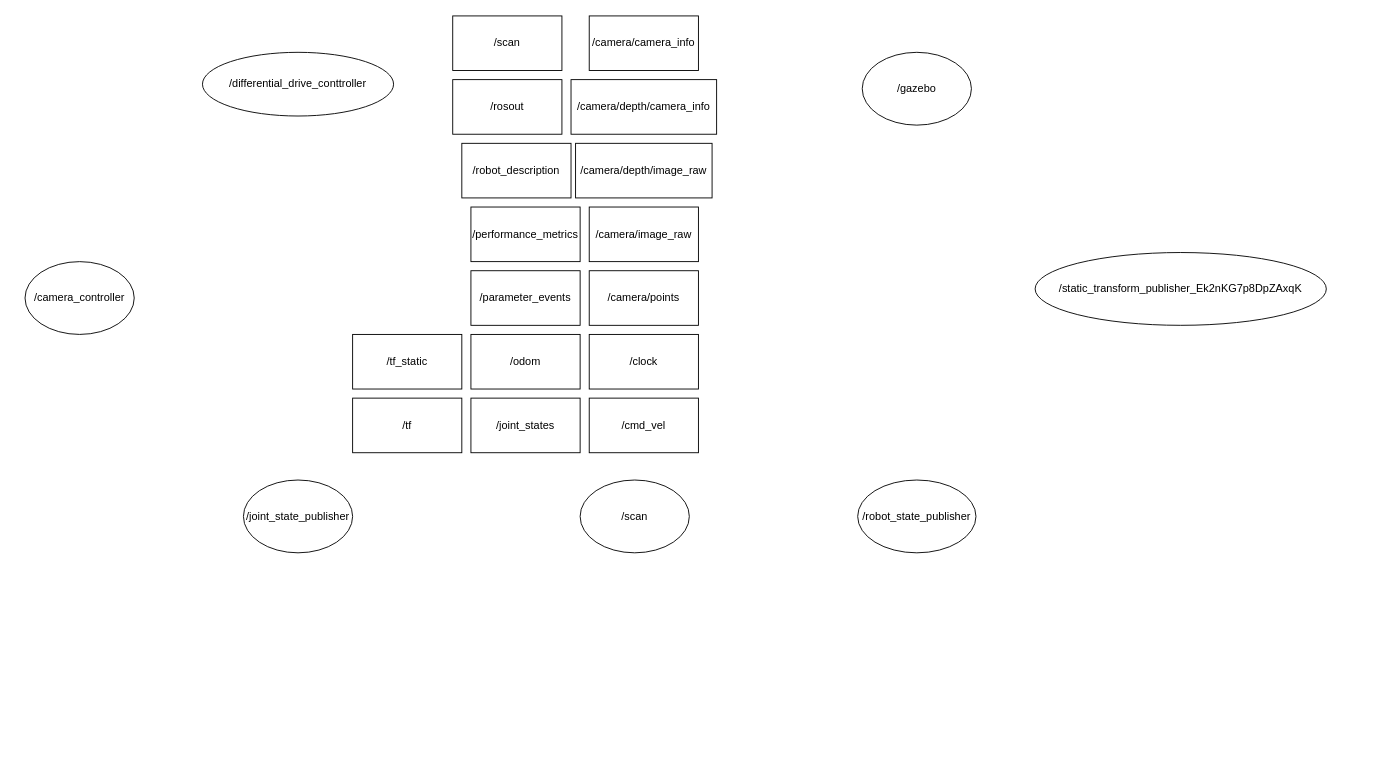
Before: Kobuki.drawio in vjimenez2021/ejerciciogit, a draw.io diagram. Source tidied: cells renumbered, new cells numbered last; positions are measured from the earlier drawing's top-left corner, leaving out a move shared by most shapes. Both pictures are drawn from the tidied source at 91%, with x=0, y=0 at pixel (25, 15).
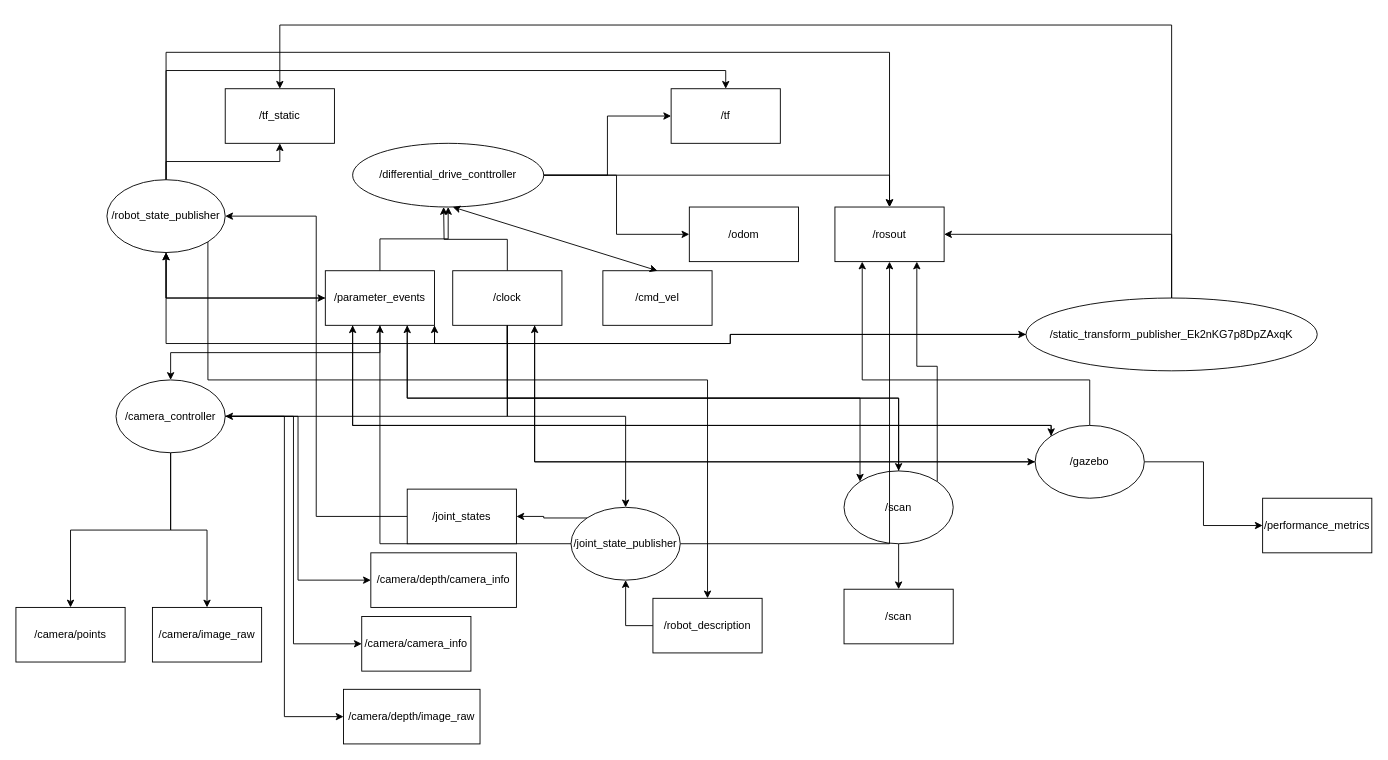
Above is the later version.

Change to the diagram source:
```diff
@@
+    <mxCell id="25" style="edgeStyle=orthogonalEdgeStyle;rounded=0;jettySize=auto;html=1;exitX=0.5;exitY=1;exitDx=0;exitDy=0;entryX=0.5;entryY=0;entryDx=0;entryDy=0;" parent="1" edge="1" source="2" target="12">
+      <mxGeometry relative="1" as="geometry" />
+    </mxCell>
+    <mxCell id="26" style="edgeStyle=orthogonalEdgeStyle;rounded=0;jettySize=auto;html=1;exitX=0.5;exitY=1;exitDx=0;exitDy=0;entryX=0.5;entryY=0;entryDx=0;entryDy=0;" parent="1" edge="1" source="2" target="13">
+      <mxGeometry relative="1" as="geometry" />
+    </mxCell>
+    <mxCell id="27" style="edgeStyle=orthogonalEdgeStyle;rounded=0;jettySize=auto;html=1;exitX=1;exitY=0.5;exitDx=0;exitDy=0;entryX=0;entryY=0.5;entryDx=0;entryDy=0;" parent="1" edge="1" source="2" target="11">
+      <mxGeometry relative="1" as="geometry" />
+    </mxCell>
+    <mxCell id="28" style="edgeStyle=orthogonalEdgeStyle;rounded=0;jettySize=auto;html=1;exitX=1;exitY=0.5;exitDx=0;exitDy=0;entryX=0;entryY=0.5;entryDx=0;entryDy=0;" parent="1" edge="1" source="2" target="9">
+      <mxGeometry relative="1" as="geometry" />
+    </mxCell>
+    <mxCell id="29" style="edgeStyle=orthogonalEdgeStyle;rounded=0;jettySize=auto;html=1;exitX=1;exitY=0.5;exitDx=0;exitDy=0;entryX=0;entryY=0.5;entryDx=0;entryDy=0;" parent="1" edge="1" source="2" target="10">
+      <mxGeometry relative="1" as="geometry" />
+    </mxCell>
     <mxCell id="2" value="/camera_controller" style="ellipse;whiteSpace=wrap;html=1;" parent="1" vertex="1">
-      <mxGeometry y="270" width="120" height="80" as="geometry" />
+      <mxGeometry x="100" y="400" width="120" height="80" as="geometry" />
     </mxCell>
+    <mxCell id="30" style="edgeStyle=orthogonalEdgeStyle;rounded=0;jettySize=auto;html=1;exitX=1;exitY=0.5;exitDx=0;exitDy=0;" parent="1" edge="1" source="3" target="19">
+      <mxGeometry relative="1" as="geometry" />
+    </mxCell>
+    <mxCell id="31" style="edgeStyle=orthogonalEdgeStyle;rounded=0;jettySize=auto;html=1;exitX=0;exitY=0.5;exitDx=0;exitDy=0;entryX=0.75;entryY=1;entryDx=0;entryDy=0;" parent="1" edge="1" source="3" target="14">
+      <mxGeometry relative="1" as="geometry" />
+    </mxCell>
+    <mxCell id="32" style="edgeStyle=orthogonalEdgeStyle;rounded=0;jettySize=auto;html=1;exitX=0;exitY=0;exitDx=0;exitDy=0;entryX=0.25;entryY=1;entryDx=0;entryDy=0;" parent="1" edge="1" source="3" target="18">
+      <mxGeometry relative="1" as="geometry">
+        <Array as="points">
+          <mxPoint x="1128" y="450" />
+          <mxPoint x="360" y="450" />
+        </Array>
+      </mxGeometry>
+    </mxCell>
+    <mxCell id="33" style="edgeStyle=orthogonalEdgeStyle;rounded=0;jettySize=auto;html=1;exitX=0.5;exitY=0;exitDx=0;exitDy=0;entryX=0.25;entryY=1;entryDx=0;entryDy=0;" parent="1" edge="1" source="3" target="21">
+      <mxGeometry relative="1" as="geometry">
+        <Array as="points">
+          <mxPoint x="1170" y="400" />
+          <mxPoint x="920" y="400" />
+        </Array>
+      </mxGeometry>
+    </mxCell>
     <mxCell id="3" value="/gazebo" style="ellipse;whiteSpace=wrap;html=1;" parent="1" vertex="1">
-      <mxGeometry x="920" y="40" width="120" height="80" as="geometry" />
+      <mxGeometry x="1110" y="450" width="120" height="80" as="geometry" />
     </mxCell>
+    <mxCell id="34" style="edgeStyle=orthogonalEdgeStyle;rounded=0;jettySize=auto;html=1;exitX=0.5;exitY=1;exitDx=0;exitDy=0;entryX=0.5;entryY=0;entryDx=0;entryDy=0;" parent="1" edge="1" source="4" target="22">
+      <mxGeometry relative="1" as="geometry" />
+    </mxCell>
+    <mxCell id="35" style="edgeStyle=orthogonalEdgeStyle;rounded=0;jettySize=auto;html=1;exitX=1;exitY=0;exitDx=0;exitDy=0;entryX=0.75;entryY=1;entryDx=0;entryDy=0;" parent="1" edge="1" source="4" target="21">
+      <mxGeometry relative="1" as="geometry" />
+    </mxCell>
+    <mxCell id="36" style="edgeStyle=orthogonalEdgeStyle;rounded=0;jettySize=auto;html=1;exitX=0.5;exitY=0;exitDx=0;exitDy=0;entryX=0.75;entryY=1;entryDx=0;entryDy=0;" parent="1" edge="1" source="4" target="18">
+      <mxGeometry relative="1" as="geometry" />
+    </mxCell>
     <mxCell id="4" value="/scan" style="ellipse;whiteSpace=wrap;html=1;" parent="1" vertex="1">
-      <mxGeometry x="610" y="510" width="120" height="80" as="geometry" />
+      <mxGeometry x="900" y="500" width="120" height="80" as="geometry" />
     </mxCell>
+    <mxCell id="37" style="edgeStyle=orthogonalEdgeStyle;rounded=0;jettySize=auto;html=1;exitX=0.5;exitY=1;exitDx=0;exitDy=0;entryX=0;entryY=0.5;entryDx=0;entryDy=0;" parent="1" edge="1" source="5" target="18">
+      <mxGeometry relative="1" as="geometry" />
+    </mxCell>
+    <mxCell id="38" style="edgeStyle=orthogonalEdgeStyle;rounded=0;jettySize=auto;html=1;exitX=1;exitY=1;exitDx=0;exitDy=0;entryX=0.5;entryY=0;entryDx=0;entryDy=0;" parent="1" edge="1" source="5" target="20">
+      <mxGeometry relative="1" as="geometry">
+        <Array as="points">
+          <mxPoint x="201" y="400" />
+          <mxPoint x="750" y="400" />
+        </Array>
+      </mxGeometry>
+    </mxCell>
+    <mxCell id="39" style="edgeStyle=orthogonalEdgeStyle;rounded=0;jettySize=auto;html=1;exitX=0.5;exitY=0;exitDx=0;exitDy=0;entryX=0.5;entryY=0;entryDx=0;entryDy=0;" parent="1" edge="1" source="5" target="21">
+      <mxGeometry relative="1" as="geometry">
+        <Array as="points">
+          <mxPoint x="155" y="40" />
+          <mxPoint x="950" y="40" />
+        </Array>
+      </mxGeometry>
+    </mxCell>
+    <mxCell id="40" style="edgeStyle=orthogonalEdgeStyle;rounded=0;jettySize=auto;html=1;exitX=0.5;exitY=0;exitDx=0;exitDy=0;entryX=0.5;entryY=0;entryDx=0;entryDy=0;" parent="1" edge="1" source="5" target="23">
+      <mxGeometry relative="1" as="geometry" />
+    </mxCell>
+    <mxCell id="41" style="edgeStyle=orthogonalEdgeStyle;rounded=0;jettySize=auto;html=1;exitX=0.5;exitY=0;exitDx=0;exitDy=0;entryX=0.5;entryY=1;entryDx=0;entryDy=0;" parent="1" edge="1" source="5" target="24">
+      <mxGeometry relative="1" as="geometry" />
+    </mxCell>
     <mxCell id="5" value="/robot_state_publisher" style="ellipse;whiteSpace=wrap;html=1;" parent="1" vertex="1">
-      <mxGeometry x="915" y="510" width="130" height="80" as="geometry" />
+      <mxGeometry x="90" y="180" width="130" height="80" as="geometry" />
     </mxCell>
+    <mxCell id="42" style="edgeStyle=orthogonalEdgeStyle;rounded=0;jettySize=auto;html=1;exitX=1;exitY=0.5;exitDx=0;exitDy=0;entryX=0;entryY=0.5;entryDx=0;entryDy=0;" parent="1" edge="1" source="6" target="17">
+      <mxGeometry relative="1" as="geometry" />
+    </mxCell>
+    <mxCell id="43" style="edgeStyle=orthogonalEdgeStyle;rounded=0;jettySize=auto;html=1;exitX=1;exitY=0.5;exitDx=0;exitDy=0;entryX=0.5;entryY=0;entryDx=0;entryDy=0;" parent="1" edge="1" source="6" target="21">
+      <mxGeometry relative="1" as="geometry" />
+    </mxCell>
+    <mxCell id="44" style="edgeStyle=orthogonalEdgeStyle;rounded=0;jettySize=auto;html=1;exitX=1;exitY=0.5;exitDx=0;exitDy=0;entryX=0;entryY=0.5;entryDx=0;entryDy=0;" parent="1" edge="1" source="6" target="23">
+      <mxGeometry relative="1" as="geometry" />
+    </mxCell>
     <mxCell id="6" value="/differential_drive_conttroller" style="ellipse;whiteSpace=wrap;html=1;" parent="1" vertex="1">
-      <mxGeometry x="195" y="40" width="210" height="70" as="geometry" />
+      <mxGeometry x="360" y="140" width="210" height="70" as="geometry" />
     </mxCell>
+    <mxCell id="45" style="edgeStyle=orthogonalEdgeStyle;rounded=0;jettySize=auto;html=1;exitX=0;exitY=0.5;exitDx=0;exitDy=0;entryX=0.5;entryY=1;entryDx=0;entryDy=0;" parent="1" edge="1" source="7" target="18">
+      <mxGeometry relative="1" as="geometry" />
+    </mxCell>
+    <mxCell id="46" style="edgeStyle=orthogonalEdgeStyle;rounded=0;jettySize=auto;html=1;exitX=1;exitY=0.5;exitDx=0;exitDy=0;entryX=0.5;entryY=1;entryDx=0;entryDy=0;" parent="1" edge="1" source="7" target="21">
+      <mxGeometry relative="1" as="geometry" />
+    </mxCell>
+    <mxCell id="47" style="edgeStyle=orthogonalEdgeStyle;rounded=0;jettySize=auto;html=1;exitX=0;exitY=0;exitDx=0;exitDy=0;entryX=1;entryY=0.5;entryDx=0;entryDy=0;" parent="1" edge="1" source="7" target="16">
+      <mxGeometry relative="1" as="geometry" />
+    </mxCell>
     <mxCell id="7" value="/joint_state_publisher" style="ellipse;whiteSpace=wrap;html=1;" parent="1" vertex="1">
-      <mxGeometry x="240" y="510" width="120" height="80" as="geometry" />
+      <mxGeometry x="600" y="540" width="120" height="80" as="geometry" />
     </mxCell>
+    <mxCell id="48" style="edgeStyle=orthogonalEdgeStyle;rounded=0;jettySize=auto;html=1;exitX=0;exitY=0.5;exitDx=0;exitDy=0;entryX=1;entryY=1;entryDx=0;entryDy=0;" parent="1" edge="1" source="8" target="18">
+      <mxGeometry relative="1" as="geometry" />
+    </mxCell>
+    <mxCell id="49" style="edgeStyle=orthogonalEdgeStyle;rounded=0;jettySize=auto;html=1;exitX=0.5;exitY=0;exitDx=0;exitDy=0;entryX=1;entryY=0.5;entryDx=0;entryDy=0;" parent="1" edge="1" source="8" target="21">
+      <mxGeometry relative="1" as="geometry" />
+    </mxCell>
+    <mxCell id="50" style="edgeStyle=orthogonalEdgeStyle;rounded=0;jettySize=auto;html=1;exitX=0.5;exitY=0;exitDx=0;exitDy=0;entryX=0.5;entryY=0;entryDx=0;entryDy=0;" parent="1" edge="1" source="8" target="24">
+      <mxGeometry relative="1" as="geometry">
+        <Array as="points">
+          <mxPoint x="1260" y="10" />
+          <mxPoint x="280" y="10" />
+        </Array>
+      </mxGeometry>
+    </mxCell>
     <mxCell id="8" value="/static_transform_publisher_Ek2nKG7p8DpZAxqK" style="ellipse;whiteSpace=wrap;html=1;" parent="1" vertex="1">
-      <mxGeometry x="1110" y="260" width="320" height="80" as="geometry" />
+      <mxGeometry x="1100" y="310" width="320" height="80" as="geometry" />
     </mxCell>
     <mxCell id="9" value="/camera/camera_info" style="rounded=0;whiteSpace=wrap;html=1;" parent="1" vertex="1">
-      <mxGeometry x="620" width="120" height="60" as="geometry" />
+      <mxGeometry x="370" y="660" width="120" height="60" as="geometry" />
     </mxCell>
     <mxCell id="10" value="/camera/depth/camera_info" style="rounded=0;whiteSpace=wrap;html=1;" parent="1" vertex="1">
-      <mxGeometry x="600" y="70" width="160" height="60" as="geometry" />
+      <mxGeometry x="380" y="590" width="160" height="60" as="geometry" />
     </mxCell>
     <mxCell id="11" value="/camera/depth/image_raw" style="rounded=0;whiteSpace=wrap;html=1;" parent="1" vertex="1">
-      <mxGeometry x="605" y="140" width="150" height="60" as="geometry" />
+      <mxGeometry x="350" y="740" width="150" height="60" as="geometry" />
     </mxCell>
     <mxCell id="12" value="/camera/image_raw" style="rounded=0;whiteSpace=wrap;html=1;" parent="1" vertex="1">
-      <mxGeometry x="620" y="210" width="120" height="60" as="geometry" />
+      <mxGeometry x="140" y="650" width="120" height="60" as="geometry" />
     </mxCell>
     <mxCell id="13" value="/camera/points" style="rounded=0;whiteSpace=wrap;html=1;" parent="1" vertex="1">
-      <mxGeometry x="620" y="280" width="120" height="60" as="geometry" />
+      <mxGeometry x="-10" y="650" width="120" height="60" as="geometry" />
     </mxCell>
+    <mxCell id="51" style="edgeStyle=orthogonalEdgeStyle;rounded=0;jettySize=auto;html=1;exitX=0.5;exitY=1;exitDx=0;exitDy=0;" parent="1" edge="1" source="14" target="7">
+      <mxGeometry relative="1" as="geometry" />
+    </mxCell>
+    <mxCell id="52" style="edgeStyle=orthogonalEdgeStyle;rounded=0;jettySize=auto;html=1;exitX=0.5;exitY=1;exitDx=0;exitDy=0;entryX=1;entryY=0.5;entryDx=0;entryDy=0;" parent="1" edge="1" source="14" target="2">
+      <mxGeometry relative="1" as="geometry" />
+    </mxCell>
+    <mxCell id="53" style="edgeStyle=orthogonalEdgeStyle;rounded=0;jettySize=auto;html=1;exitX=0.5;exitY=0;exitDx=0;exitDy=0;" parent="1" edge="1" source="14">
+      <mxGeometry relative="1" as="geometry">
+        <mxPoint x="460" y="210" as="targetPoint" />
+      </mxGeometry>
+    </mxCell>
+    <mxCell id="54" style="edgeStyle=orthogonalEdgeStyle;rounded=0;jettySize=auto;html=1;exitX=0.5;exitY=1;exitDx=0;exitDy=0;" parent="1" edge="1" source="14" target="5">
+      <mxGeometry relative="1" as="geometry" />
+    </mxCell>
+    <mxCell id="55" style="edgeStyle=orthogonalEdgeStyle;rounded=0;jettySize=auto;html=1;exitX=0.75;exitY=1;exitDx=0;exitDy=0;entryX=0;entryY=0.5;entryDx=0;entryDy=0;" parent="1" edge="1" source="14" target="3">
+      <mxGeometry relative="1" as="geometry" />
+    </mxCell>
     <mxCell id="14" value="/clock" style="rounded=0;whiteSpace=wrap;html=1;" parent="1" vertex="1">
-      <mxGeometry x="620" y="350" width="120" height="60" as="geometry" />
+      <mxGeometry x="470" y="280" width="120" height="60" as="geometry" />
     </mxCell>
     <mxCell id="15" value="/cmd_vel" style="rounded=0;whiteSpace=wrap;html=1;" parent="1" vertex="1">
-      <mxGeometry x="620" y="420" width="120" height="60" as="geometry" />
+      <mxGeometry x="635" y="280" width="120" height="60" as="geometry" />
     </mxCell>
+    <mxCell id="56" style="edgeStyle=orthogonalEdgeStyle;rounded=0;jettySize=auto;html=1;exitX=0;exitY=0.5;exitDx=0;exitDy=0;entryX=1;entryY=0.5;entryDx=0;entryDy=0;" parent="1" edge="1" source="16" target="5">
+      <mxGeometry relative="1" as="geometry" />
+    </mxCell>
     <mxCell id="16" value="/joint_states" style="rounded=0;whiteSpace=wrap;html=1;" parent="1" vertex="1">
-      <mxGeometry x="490" y="420" width="120" height="60" as="geometry" />
+      <mxGeometry x="420" y="520" width="120" height="60" as="geometry" />
     </mxCell>
     <mxCell id="17" value="/odom" style="rounded=0;whiteSpace=wrap;html=1;" parent="1" vertex="1">
-      <mxGeometry x="490" y="350" width="120" height="60" as="geometry" />
+      <mxGeometry x="730" y="210" width="120" height="60" as="geometry" />
     </mxCell>
+    <mxCell id="57" style="edgeStyle=orthogonalEdgeStyle;rounded=0;jettySize=auto;html=1;exitX=0.5;exitY=0;exitDx=0;exitDy=0;" parent="1" edge="1" source="18" target="6">
+      <mxGeometry relative="1" as="geometry" />
+    </mxCell>
+    <mxCell id="58" style="edgeStyle=orthogonalEdgeStyle;rounded=0;jettySize=auto;html=1;exitX=0.5;exitY=1;exitDx=0;exitDy=0;entryX=0.5;entryY=0;entryDx=0;entryDy=0;" parent="1" edge="1" source="18" target="2">
+      <mxGeometry relative="1" as="geometry" />
+    </mxCell>
+    <mxCell id="59" style="edgeStyle=orthogonalEdgeStyle;rounded=0;jettySize=auto;html=1;exitX=0;exitY=0.5;exitDx=0;exitDy=0;" parent="1" edge="1" source="18" target="5">
+      <mxGeometry relative="1" as="geometry" />
+    </mxCell>
+    <mxCell id="60" style="edgeStyle=orthogonalEdgeStyle;rounded=0;jettySize=auto;html=1;exitX=0.75;exitY=1;exitDx=0;exitDy=0;" parent="1" edge="1" source="18" target="4">
+      <mxGeometry relative="1" as="geometry" />
+    </mxCell>
+    <mxCell id="61" style="edgeStyle=orthogonalEdgeStyle;rounded=0;jettySize=auto;html=1;exitX=1;exitY=1;exitDx=0;exitDy=0;entryX=0;entryY=0.5;entryDx=0;entryDy=0;" parent="1" edge="1" source="18" target="8">
+      <mxGeometry relative="1" as="geometry" />
+    </mxCell>
+    <mxCell id="62" style="edgeStyle=orthogonalEdgeStyle;rounded=0;jettySize=auto;html=1;exitX=0.25;exitY=1;exitDx=0;exitDy=0;entryX=0;entryY=0;entryDx=0;entryDy=0;" parent="1" edge="1" source="18" target="3">
+      <mxGeometry relative="1" as="geometry">
+        <Array as="points">
+          <mxPoint x="360" y="450" />
+          <mxPoint x="1128" y="450" />
+        </Array>
+      </mxGeometry>
+    </mxCell>
     <mxCell id="18" value="/parameter_events" style="rounded=0;whiteSpace=wrap;html=1;" parent="1" vertex="1">
-      <mxGeometry x="490" y="280" width="120" height="60" as="geometry" />
+      <mxGeometry x="330" y="280" width="120" height="60" as="geometry" />
     </mxCell>
     <mxCell id="19" value="/performance_metrics" style="rounded=0;whiteSpace=wrap;html=1;" parent="1" vertex="1">
-      <mxGeometry x="490" y="210" width="120" height="60" as="geometry" />
+      <mxGeometry x="1360" y="530" width="120" height="60" as="geometry" />
     </mxCell>
+    <mxCell id="63" style="edgeStyle=orthogonalEdgeStyle;rounded=0;jettySize=auto;html=1;exitX=0;exitY=0.5;exitDx=0;exitDy=0;" parent="1" edge="1" source="20" target="7">
+      <mxGeometry relative="1" as="geometry" />
+    </mxCell>
     <mxCell id="20" value="/robot_description" style="rounded=0;whiteSpace=wrap;html=1;" parent="1" vertex="1">
-      <mxGeometry x="480" y="140" width="120" height="60" as="geometry" />
+      <mxGeometry x="690" y="640" width="120" height="60" as="geometry" />
     </mxCell>
     <mxCell id="21" value="/rosout" style="rounded=0;whiteSpace=wrap;html=1;" parent="1" vertex="1">
-      <mxGeometry x="470" y="70" width="120" height="60" as="geometry" />
+      <mxGeometry x="890" y="210" width="120" height="60" as="geometry" />
     </mxCell>
     <mxCell id="22" value="/scan" style="rounded=0;whiteSpace=wrap;html=1;" parent="1" vertex="1">
-      <mxGeometry x="470" width="120" height="60" as="geometry" />
+      <mxGeometry x="900" y="630" width="120" height="60" as="geometry" />
     </mxCell>
     <mxCell id="23" value="/tf" style="rounded=0;whiteSpace=wrap;html=1;" parent="1" vertex="1">
-      <mxGeometry x="360" y="420" width="120" height="60" as="geometry" />
+      <mxGeometry x="710" y="80" width="120" height="60" as="geometry" />
     </mxCell>
     <mxCell id="24" value="/tf_static" style="rounded=0;whiteSpace=wrap;html=1;" parent="1" vertex="1">
-      <mxGeometry x="360" y="350" width="120" height="60" as="geometry" />
+      <mxGeometry x="220" y="80" width="120" height="60" as="geometry" />
     </mxCell>
+    <mxCell id="64" style="endArrow=classic;startArrow=classic;html=1;rounded=0;exitX=0.5;exitY=0;exitDx=0;exitDy=0;" parent="1" edge="1" source="15">
+      <mxGeometry relative="1" as="geometry">
+        <mxPoint x="470" y="210" as="targetPoint" />
+      </mxGeometry>
+    </mxCell>
+    <mxCell id="65" style="edgeStyle=orthogonalEdgeStyle;rounded=0;jettySize=auto;html=1;exitX=0.5;exitY=1;exitDx=0;exitDy=0;entryX=0;entryY=0;entryDx=0;entryDy=0;" parent="1" edge="1" source="14" target="4">
+      <mxGeometry relative="1" as="geometry" />
+    </mxCell>
```
